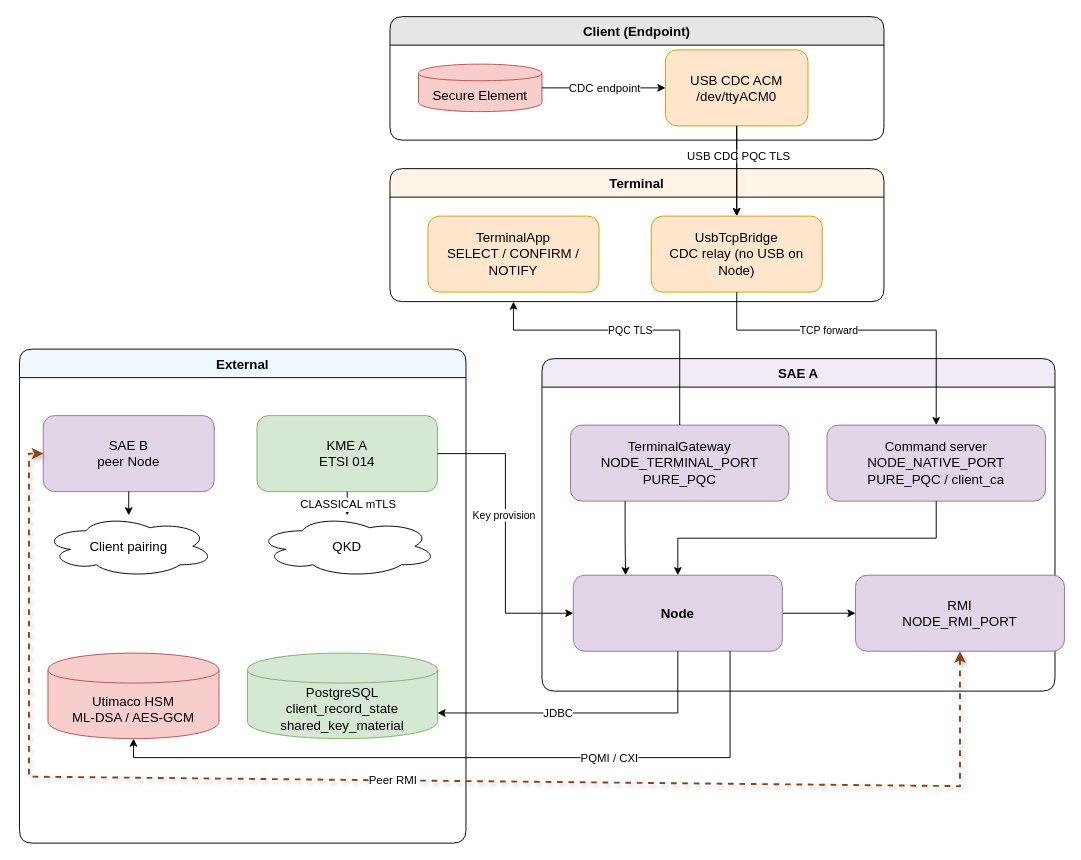
Earlier version of the draw.io diagram diagrams/SAE_diagram.drawio (vonasmic/one-time-pad-keychain). Source tidied: cells renumbered, new cells numbered last; positions are measured from the earlier drawing's top-left corner, leaving out a move shared by most shapes. Both pictures are drawn from the tidied source at 95%, with x=0, y=0 at pixel (19, 16).
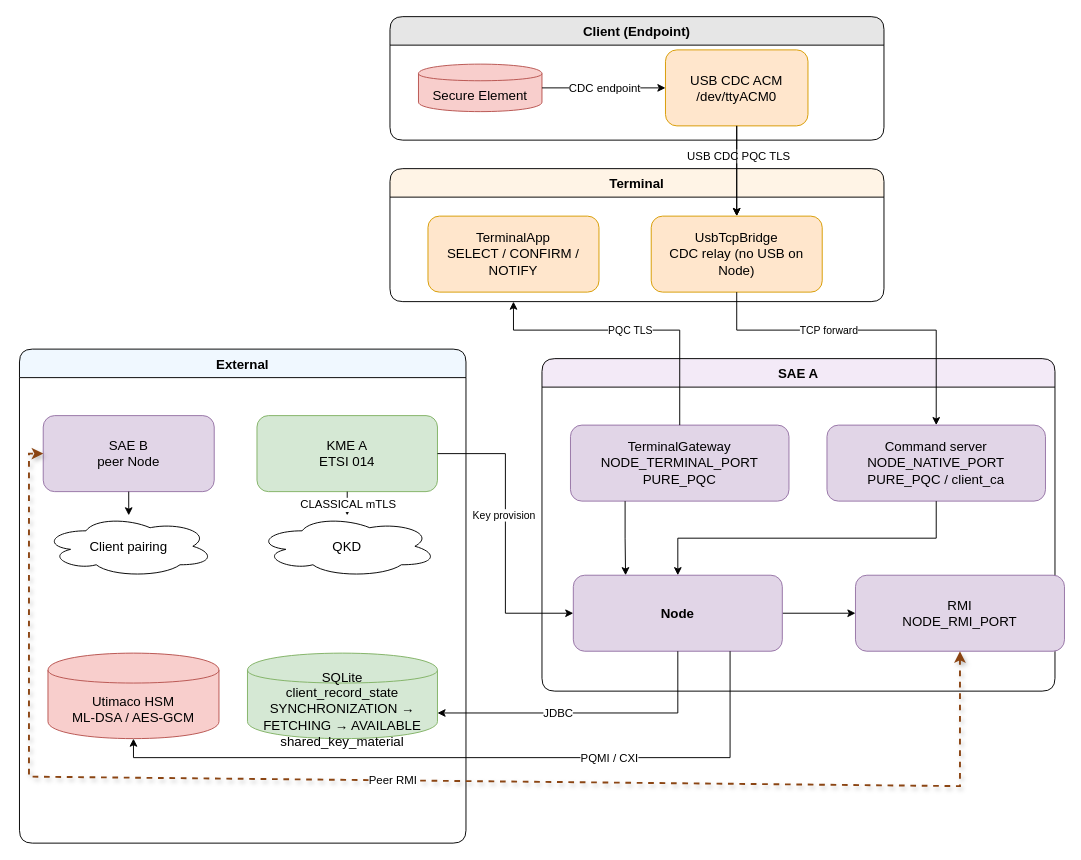
After the change.

The change refers to these unchanged cells:
```xml
<mxCell id="18" value="External" style="swimlane;startSize=30;fillColor=#f0f8ff;rounded=1;fontStyle=1;fontSize=14;" parent="1" vertex="1">
  <mxGeometry y="350" width="470" height="520" as="geometry" />
</mxCell>
```

The edit, as a diff of the source:
```diff
@@
-    <mxCell id="24" value="&lt;font style=&quot;font-size: 14px;&quot;&gt;PostgreSQL&lt;br&gt;client_record_state&lt;br&gt;shared_key_material&lt;/font&gt;" style="shape=cylinder;whiteSpace=wrap;html=1;boundedLbl=1;fillColor=#D5E8D4;strokeColor=#82b366;" parent="18" vertex="1">
+    <mxCell id="24" value="&lt;font style=&quot;font-size: 14px;&quot;&gt;SQLite&lt;br&gt;client_record_state&lt;br&gt;SYNCHRONIZATION → FETCHING → AVAILABLE&lt;br&gt;shared_key_material&lt;/font&gt;" style="shape=cylinder;whiteSpace=wrap;html=1;boundedLbl=1;fillColor=#D5E8D4;strokeColor=#82b366;" parent="18" vertex="1">
       <mxGeometry x="240" y="320" width="200" height="90" as="geometry" />
     </mxCell>
```
